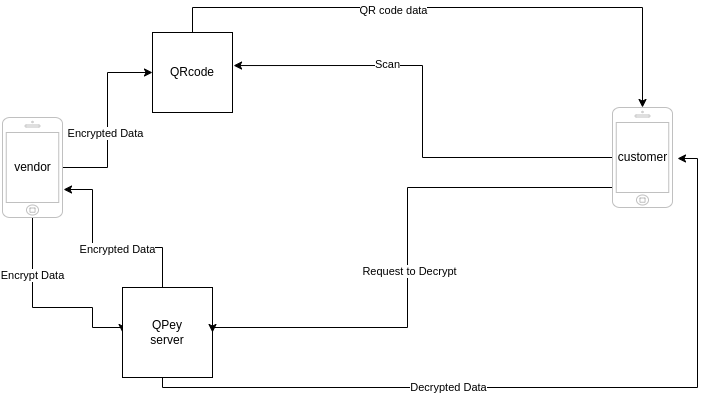
qpey/.github keeps this draw.io diagram as encryption-decryption process.drawio.png. Above is the earlier version. Source tidied: cells renumbered, new cells last; positions are measured from the earlier drawing's top-left corner, leaving out a move shared by most shapes.
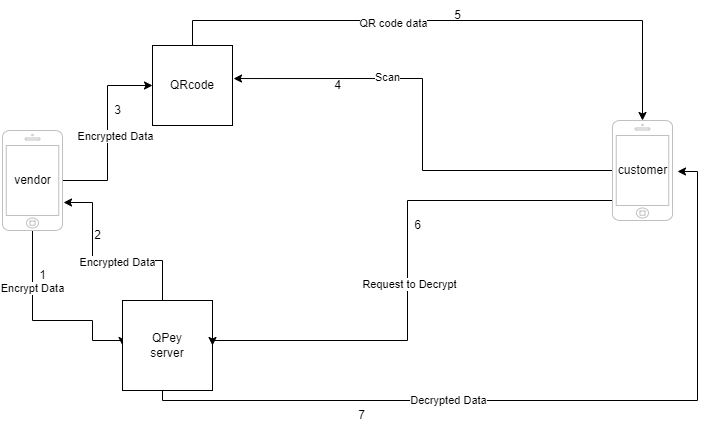
Above is the later version.

What changed in the source:
```diff
@@ -18,7 +18,9 @@
       <mxGeometry relative="1" as="geometry" />
     </mxCell>
     <mxCell id="5" value="Encrypted Data" style="edgeLabel;html=1;align=center;verticalAlign=middle;" parent="4" vertex="1">
-      <mxGeometry x="-0.14" y="3" relative="1" as="geometry" />
+      <mxGeometry x="-0.14" y="3" relative="1" as="geometry">
+        <mxPoint x="10" y="-10" as="offset" />
+      </mxGeometry>
     </mxCell>
     <mxCell id="6" style="html=1;verticalLabelPosition=bottom;labelBackgroundColor=#ffffff;verticalAlign=top;shadow=0;dashed=0;strokeWidth=1;shape=mxgraph.ios7.misc.iphone;strokeColor=#c0c0c0;" parent="1" vertex="1">
       <mxGeometry y="110" width="60" height="100" as="geometry" />
@@ -90,5 +92,26 @@
     <mxCell id="21" value="QRcode" style="whiteSpace=wrap;html=1;" parent="1" vertex="1">
       <mxGeometry x="150" y="25" width="80" height="80" as="geometry" />
     </mxCell>
+    <mxCell id="22" value="1" style="text;html=1;align=center;verticalAlign=middle;strokeColor=none;fillColor=none;" parent="1" vertex="1">
+      <mxGeometry x="25" y="240" width="30" height="30" as="geometry" />
+    </mxCell>
+    <mxCell id="23" value="2" style="text;html=1;align=center;verticalAlign=middle;strokeColor=none;fillColor=none;" parent="1" vertex="1">
+      <mxGeometry x="80" y="200" width="30" height="30" as="geometry" />
+    </mxCell>
+    <mxCell id="24" value="3" style="text;html=1;align=center;verticalAlign=middle;strokeColor=none;fillColor=none;" parent="1" vertex="1">
+      <mxGeometry x="100" y="75" width="30" height="30" as="geometry" />
+    </mxCell>
+    <mxCell id="25" value="4" style="text;html=1;align=center;verticalAlign=middle;strokeColor=none;fillColor=none;" parent="1" vertex="1">
+      <mxGeometry x="320" y="50" width="30" height="30" as="geometry" />
+    </mxCell>
+    <mxCell id="26" value="5" style="text;html=1;align=center;verticalAlign=middle;strokeColor=none;fillColor=none;" parent="1" vertex="1">
+      <mxGeometry x="440" y="-20" width="30" height="30" as="geometry" />
+    </mxCell>
+    <mxCell id="27" value="6" style="text;html=1;align=center;verticalAlign=middle;strokeColor=none;fillColor=none;" parent="1" vertex="1">
+      <mxGeometry x="400" y="190" width="30" height="30" as="geometry" />
+    </mxCell>
+    <mxCell id="28" value="7" style="text;html=1;align=center;verticalAlign=middle;strokeColor=none;fillColor=none;" parent="1" vertex="1">
+      <mxGeometry x="344" y="380" width="30" height="30" as="geometry" />
+    </mxCell>
   </root>
 </mxGraphModel>
```
